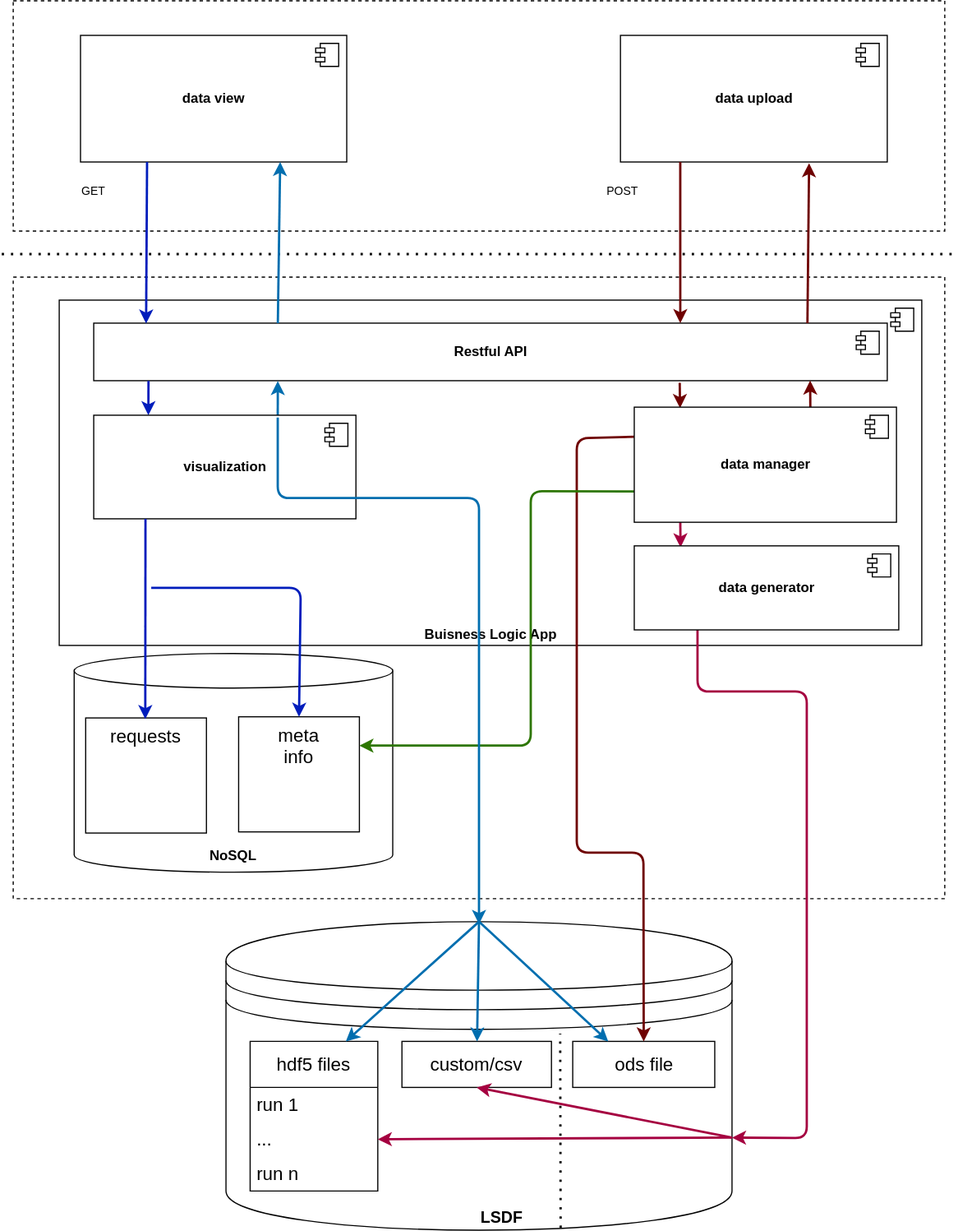
The draw.io diagram doc/assas_backend_components.svg in ke4920/assas_data, before a commit. Source tidied: cells renumbered, new cells last; positions are measured from the earlier drawing's top-left corner, leaving out a move shared by most shapes. Source of this version:
```xml
<mxGraphModel>
  <root>
    <mxCell id="0" />
    <mxCell id="1" parent="0" />
    <mxCell id="2" value="&lt;blockquote style=&quot;margin: 0px 0px 0px 40px; border: none; padding: 0px; font-size: 14px;&quot;&gt;LSDF&lt;/blockquote&gt;" style="shape=datastore;whiteSpace=wrap;html=1;fontStyle=1;align=center;fontSize=14;verticalAlign=bottom;" parent="1" vertex="1">
      <mxGeometry x="195" y="800" width="440" height="268" as="geometry" />
    </mxCell>
    <mxCell id="3" style="endArrow=none;dashed=1;html=1;dashPattern=1 3;strokeWidth=2;" parent="1" edge="1">
      <mxGeometry relative="1" as="geometry">
        <mxPoint y="220" as="sourcePoint" />
        <mxPoint x="830" y="220" as="targetPoint" />
      </mxGeometry>
    </mxCell>
    <mxCell id="4" value="ods file" style="rounded=0;whiteSpace=wrap;html=1;fontSize=16;" parent="1" vertex="1">
      <mxGeometry x="496.5" y="904" width="123.5" height="40" as="geometry" />
    </mxCell>
    <mxCell id="5" value="hdf5 files" style="swimlane;fontStyle=0;horizontal=1;startSize=40;whiteSpace=wrap;html=1;fontSize=16;" parent="1" vertex="1">
      <mxGeometry x="216" y="904" width="111" height="130" as="geometry" />
    </mxCell>
    <mxCell id="6" value="run 1" style="text;strokeColor=none;fillColor=none;align=left;verticalAlign=middle;spacingLeft=4;spacingRight=4;overflow=hidden;whiteSpace=wrap;html=1;fontSize=16;" parent="5" vertex="1">
      <mxGeometry y="40" width="111" height="30" as="geometry" />
    </mxCell>
    <mxCell id="7" value="..." style="text;strokeColor=none;fillColor=none;align=left;verticalAlign=middle;spacingLeft=4;spacingRight=4;overflow=hidden;points=[[0,0.5],[1,0.5]];portConstraint=eastwest;whiteSpace=wrap;html=1;fontSize=16;" parent="5" vertex="1">
      <mxGeometry y="70" width="111" height="30" as="geometry" />
    </mxCell>
    <mxCell id="8" value="run n" style="text;strokeColor=none;fillColor=none;align=left;verticalAlign=middle;spacingLeft=4;spacingRight=4;overflow=hidden;whiteSpace=wrap;html=1;fontSize=16;" parent="5" vertex="1">
      <mxGeometry y="100" width="111" height="30" as="geometry" />
    </mxCell>
    <mxCell id="9" value="custom/csv" style="rounded=0;whiteSpace=wrap;html=1;fontSize=16;" parent="1" vertex="1">
      <mxGeometry x="348" y="904" width="130" height="40" as="geometry" />
    </mxCell>
    <mxCell id="10" style="rounded=0;whiteSpace=wrap;html=1;dashed=1;fillColor=none;" parent="1" vertex="1">
      <mxGeometry x="10" width="810" height="200" as="geometry" />
    </mxCell>
    <mxCell id="11" style="rounded=0;whiteSpace=wrap;html=1;dashed=1;fillColor=none;" parent="1" vertex="1">
      <mxGeometry x="10" y="240" width="810" height="540" as="geometry" />
    </mxCell>
    <mxCell id="12" value="data view" style="html=1;fontStyle=1;" parent="1" vertex="1">
      <mxGeometry x="68.5" y="30" width="231.5" height="110" as="geometry" />
    </mxCell>
    <mxCell id="13" style="shape=module;jettyWidth=8;jettyHeight=4;" parent="12" vertex="1">
      <mxGeometry x="1" width="20" height="20" relative="1" as="geometry">
        <mxPoint x="-27" y="7" as="offset" />
      </mxGeometry>
    </mxCell>
    <mxCell id="14" value="data upload" style="html=1;fontStyle=1;" parent="1" vertex="1">
      <mxGeometry x="538" y="30" width="232" height="110" as="geometry" />
    </mxCell>
    <mxCell id="15" style="shape=module;jettyWidth=8;jettyHeight=4;" parent="14" vertex="1">
      <mxGeometry x="1" width="20" height="20" relative="1" as="geometry">
        <mxPoint x="-27" y="7" as="offset" />
      </mxGeometry>
    </mxCell>
    <mxCell id="16" value="&lt;p style=&quot;margin:0px;margin-top:6px;text-align:center;&quot;&gt;&lt;b&gt;Visualization&lt;/b&gt;&lt;/p&gt;&lt;hr&gt;&lt;p style=&quot;margin:0px;margin-left:8px;&quot;&gt;+ Attribute1: Type&lt;br&gt;+ Attribute2: Type&lt;/p&gt;" style="align=left;overflow=fill;html=1;" parent="1" vertex="1">
      <mxGeometry x="90" y="400" width="230" height="120" as="geometry" />
    </mxCell>
    <mxCell id="17" style="shape=component;jettyWidth=8;jettyHeight=4;" parent="16" vertex="1">
      <mxGeometry x="1" width="20" height="20" relative="1" as="geometry">
        <mxPoint x="-24" y="4" as="offset" />
      </mxGeometry>
    </mxCell>
    <mxCell id="18" value="Buisness Logic App" style="html=1;fontStyle=1;verticalAlign=bottom;" parent="1" vertex="1">
      <mxGeometry x="50" y="260" width="750" height="300" as="geometry" />
    </mxCell>
    <mxCell id="19" style="shape=module;jettyWidth=8;jettyHeight=4;" parent="18" vertex="1">
      <mxGeometry x="1" width="20" height="20" relative="1" as="geometry">
        <mxPoint x="-27" y="7" as="offset" />
      </mxGeometry>
    </mxCell>
    <mxCell id="20" value="Restful API" style="html=1;fontStyle=1;" parent="1" vertex="1">
      <mxGeometry x="80" y="280" width="690" height="50" as="geometry" />
    </mxCell>
    <mxCell id="21" style="shape=module;jettyWidth=8;jettyHeight=4;" parent="20" vertex="1">
      <mxGeometry x="1" width="20" height="20" relative="1" as="geometry">
        <mxPoint x="-27" y="7" as="offset" />
      </mxGeometry>
    </mxCell>
    <mxCell id="22" value="NoSQL" style="shape=cylinder3;whiteSpace=wrap;html=1;boundedLbl=1;backgroundOutline=1;size=15;fontStyle=1;align=center;verticalAlign=bottom;" parent="1" vertex="1">
      <mxGeometry x="63" y="567" width="277" height="190" as="geometry" />
    </mxCell>
    <mxCell id="23" value="requests" style="rounded=0;whiteSpace=wrap;html=1;fontSize=16;verticalAlign=top;" parent="1" vertex="1">
      <mxGeometry x="73" y="623" width="105" height="100" as="geometry" />
    </mxCell>
    <mxCell id="24" value="meta &lt;br&gt;info" style="rounded=0;whiteSpace=wrap;html=1;fontSize=16;verticalAlign=top;" parent="1" vertex="1">
      <mxGeometry x="206" y="622" width="105" height="100" as="geometry" />
    </mxCell>
    <mxCell id="25" style="endArrow=classic;html=1;exitX=0.25;exitY=1;exitDx=0;exitDy=0;entryX=0.066;entryY=0.007;entryDx=0;entryDy=0;entryPerimeter=0;strokeWidth=2;fillColor=#0050ef;strokeColor=#001DBC;" parent="1" edge="1" source="12" target="20">
      <mxGeometry relative="1" as="geometry" />
    </mxCell>
    <mxCell id="26" style="endArrow=classic;html=1;exitX=0.232;exitY=0;exitDx=0;exitDy=0;exitPerimeter=0;entryX=0.75;entryY=1;entryDx=0;entryDy=0;strokeWidth=2;fillColor=#1ba1e2;strokeColor=#006EAF;" parent="1" edge="1" source="20" target="12">
      <mxGeometry relative="1" as="geometry" />
    </mxCell>
    <mxCell id="27" style="endArrow=classic;html=1;exitX=0.069;exitY=1.003;exitDx=0;exitDy=0;strokeWidth=2;entryX=0.25;entryY=0;entryDx=0;entryDy=0;exitPerimeter=0;fillColor=#0050ef;strokeColor=#001DBC;" parent="1" edge="1" source="20">
      <mxGeometry relative="1" as="geometry">
        <mxPoint x="127.5" y="360" as="targetPoint" />
      </mxGeometry>
    </mxCell>
    <mxCell id="28" style="endArrow=classic;html=1;strokeWidth=2;entryX=0.232;entryY=1.006;entryDx=0;entryDy=0;entryPerimeter=0;fillColor=#1ba1e2;strokeColor=#006EAF;" parent="1" edge="1" target="20">
      <mxGeometry relative="1" as="geometry">
        <mxPoint x="240" y="360" as="sourcePoint" />
      </mxGeometry>
    </mxCell>
    <mxCell id="29" value="&lt;font style=&quot;font-size: 10px;&quot;&gt;GET&lt;/font&gt;" style="text;html=1;strokeColor=none;fillColor=none;align=center;verticalAlign=middle;whiteSpace=wrap;rounded=0;dashed=1;" parent="1" vertex="1">
      <mxGeometry x="50" y="150" width="60" height="30" as="geometry" />
    </mxCell>
    <mxCell id="30" style="endArrow=classic;html=1;exitX=0.232;exitY=0;exitDx=0;exitDy=0;exitPerimeter=0;entryX=0.707;entryY=1.009;entryDx=0;entryDy=0;strokeWidth=2;entryPerimeter=0;fillColor=#a20025;strokeColor=#6F0000;" parent="1" edge="1" target="14">
      <mxGeometry relative="1" as="geometry">
        <mxPoint x="700.6" y="280" as="sourcePoint" />
      </mxGeometry>
    </mxCell>
    <mxCell id="31" style="endArrow=classic;html=1;entryX=0.066;entryY=0.007;entryDx=0;entryDy=0;entryPerimeter=0;strokeWidth=2;fillColor=#a20025;strokeColor=#6F0000;" parent="1" edge="1">
      <mxGeometry relative="1" as="geometry">
        <mxPoint x="590" y="140" as="sourcePoint" />
        <mxPoint x="590" y="280" as="targetPoint" />
      </mxGeometry>
    </mxCell>
    <mxCell id="32" value="&lt;font style=&quot;font-size: 10px;&quot;&gt;POST&lt;/font&gt;" style="text;html=1;strokeColor=none;fillColor=none;align=center;verticalAlign=middle;whiteSpace=wrap;rounded=0;dashed=1;" parent="1" vertex="1">
      <mxGeometry x="510" y="150" width="60" height="30" as="geometry" />
    </mxCell>
    <mxCell id="33" style="endArrow=classic;html=1;entryX=0.5;entryY=0;entryDx=0;entryDy=0;fillColor=#0050ef;strokeColor=#001DBC;strokeWidth=2;" parent="1" edge="1" target="24">
      <mxGeometry relative="1" as="geometry">
        <mxPoint x="130" y="510" as="sourcePoint" />
        <Array as="points">
          <mxPoint x="260" y="510" />
        </Array>
      </mxGeometry>
    </mxCell>
    <mxCell id="34" style="endArrow=none;dashed=1;html=1;dashPattern=1 3;strokeWidth=2;entryX=0.64;entryY=0.378;entryDx=0;entryDy=0;entryPerimeter=0;" parent="1" edge="1">
      <mxGeometry relative="1" as="geometry">
        <mxPoint x="486" y="1066" as="sourcePoint" />
        <mxPoint x="485.6" y="897.3" as="targetPoint" />
      </mxGeometry>
    </mxCell>
    <mxCell id="35" style="endArrow=classic;html=1;exitX=0.5;exitY=0;exitDx=0;exitDy=0;entryX=0.75;entryY=0;entryDx=0;entryDy=0;fillColor=#1ba1e2;strokeColor=#006EAF;strokeWidth=2;" parent="1" edge="1" source="2" target="5">
      <mxGeometry relative="1" as="geometry" />
    </mxCell>
    <mxCell id="36" style="endArrow=classic;html=1;exitX=0.5;exitY=0;exitDx=0;exitDy=0;fillColor=#1ba1e2;strokeColor=#006EAF;strokeWidth=2;" parent="1" edge="1" source="2" target="9">
      <mxGeometry relative="1" as="geometry" />
    </mxCell>
    <mxCell id="37" style="endArrow=classic;html=1;exitX=0.5;exitY=0;exitDx=0;exitDy=0;entryX=0.25;entryY=0;entryDx=0;entryDy=0;fillColor=#1ba1e2;strokeColor=#006EAF;strokeWidth=2;" parent="1" edge="1" source="2" target="4">
      <mxGeometry relative="1" as="geometry" />
    </mxCell>
    <mxCell id="38" style="endArrow=classic;html=1;exitX=0.066;exitY=1.037;exitDx=0;exitDy=0;strokeWidth=2;exitPerimeter=0;entryX=0.181;entryY=-0.013;entryDx=0;entryDy=0;entryPerimeter=0;fillColor=#a20025;strokeColor=#6F0000;" parent="1" edge="1">
      <mxGeometry relative="1" as="geometry">
        <mxPoint x="589.5" y="331.8" as="sourcePoint" />
        <mxPoint x="589.8" y="353.8" as="targetPoint" />
      </mxGeometry>
    </mxCell>
    <mxCell id="39" style="endArrow=classic;html=1;strokeWidth=2;entryX=0.226;entryY=0.997;entryDx=0;entryDy=0;entryPerimeter=0;exitX=0.696;exitY=-0.008;exitDx=0;exitDy=0;exitPerimeter=0;fillColor=#a20025;strokeColor=#6F0000;" parent="1" edge="1">
      <mxGeometry relative="1" as="geometry">
        <mxPoint x="703.1" y="354.2" as="sourcePoint" />
        <mxPoint x="702.9" y="329.8" as="targetPoint" />
      </mxGeometry>
    </mxCell>
    <mxCell id="40" style="endArrow=classic;html=1;exitX=0;exitY=0.25;exitDx=0;exitDy=0;fillColor=#a20025;strokeColor=#6F0000;strokeWidth=2;" parent="1" edge="1" target="4">
      <mxGeometry relative="1" as="geometry">
        <mxPoint x="550" y="378.8" as="sourcePoint" />
        <Array as="points">
          <mxPoint x="500" y="380" />
          <mxPoint x="500" y="740" />
          <mxPoint x="558" y="740" />
        </Array>
      </mxGeometry>
    </mxCell>
    <mxCell id="41" style="endArrow=classic;html=1;exitX=0.25;exitY=1;exitDx=0;exitDy=0;entryX=1;entryY=0.7;entryDx=0;entryDy=0;fillColor=#d80073;strokeColor=#A50040;strokeWidth=2;" parent="1" edge="1" target="2">
      <mxGeometry relative="1" as="geometry">
        <mxPoint x="605" y="538" as="sourcePoint" />
        <Array as="points">
          <mxPoint x="605" y="600" />
          <mxPoint x="700" y="600" />
          <mxPoint x="700" y="988" />
        </Array>
      </mxGeometry>
    </mxCell>
    <mxCell id="42" style="endArrow=classic;html=1;exitX=1;exitY=0.7;exitDx=0;exitDy=0;entryX=1;entryY=0.5;entryDx=0;entryDy=0;fillColor=#d80073;strokeColor=#A50040;strokeWidth=2;" parent="1" edge="1" source="2" target="7">
      <mxGeometry relative="1" as="geometry" />
    </mxCell>
    <mxCell id="43" style="endArrow=classic;html=1;exitX=1;exitY=0.7;exitDx=0;exitDy=0;entryX=0.5;entryY=1;entryDx=0;entryDy=0;fillColor=#d80073;strokeColor=#A50040;strokeWidth=2;" parent="1" edge="1" source="2" target="9">
      <mxGeometry relative="1" as="geometry" />
    </mxCell>
    <mxCell id="44" value="visualization" style="html=1;fontStyle=1;" parent="1" vertex="1">
      <mxGeometry x="80" y="360" width="228" height="90" as="geometry" />
    </mxCell>
    <mxCell id="45" style="shape=module;jettyWidth=8;jettyHeight=4;" parent="44" vertex="1">
      <mxGeometry x="1" width="20" height="20" relative="1" as="geometry">
        <mxPoint x="-27" y="7" as="offset" />
      </mxGeometry>
    </mxCell>
    <mxCell id="46" style="endArrow=classic;html=1;exitX=0.25;exitY=1;exitDx=0;exitDy=0;entryX=0.175;entryY=0.018;entryDx=0;entryDy=0;fillColor=#d80073;strokeColor=#A50040;strokeWidth=2;entryPerimeter=0;" parent="1" edge="1" target="52">
      <mxGeometry relative="1" as="geometry">
        <mxPoint x="590" y="450" as="sourcePoint" />
      </mxGeometry>
    </mxCell>
    <mxCell id="47" style="endArrow=classic;html=1;exitX=0;exitY=0.75;exitDx=0;exitDy=0;entryX=1;entryY=0.25;entryDx=0;entryDy=0;fillColor=#60a917;strokeColor=#2D7600;strokeWidth=2;" parent="1" edge="1" target="24">
      <mxGeometry relative="1" as="geometry">
        <mxPoint x="550" y="426.2" as="sourcePoint" />
        <Array as="points">
          <mxPoint x="460" y="426" />
          <mxPoint x="460" y="647" />
        </Array>
      </mxGeometry>
    </mxCell>
    <mxCell id="48" style="endArrow=classic;html=1;entryX=0.5;entryY=0;entryDx=0;entryDy=0;fillColor=#1ba1e2;strokeColor=#006EAF;strokeWidth=2;" parent="1" edge="1">
      <mxGeometry relative="1" as="geometry">
        <mxPoint x="240" y="362" as="sourcePoint" />
        <mxPoint x="415" y="802" as="targetPoint" />
        <Array as="points">
          <mxPoint x="240" y="432" />
          <mxPoint x="415" y="432" />
        </Array>
      </mxGeometry>
    </mxCell>
    <mxCell id="49" style="endArrow=classic;html=1;fillColor=#0050ef;strokeColor=#001DBC;strokeWidth=2;" parent="1" edge="1">
      <mxGeometry relative="1" as="geometry">
        <mxPoint x="125" y="450" as="sourcePoint" />
        <mxPoint x="124.8" y="624" as="targetPoint" />
      </mxGeometry>
    </mxCell>
    <mxCell id="50" value="data manager" style="html=1;fontStyle=1;" parent="1" vertex="1">
      <mxGeometry x="550" y="353" width="228" height="100" as="geometry" />
    </mxCell>
    <mxCell id="51" style="shape=module;jettyWidth=8;jettyHeight=4;" parent="50" vertex="1">
      <mxGeometry x="1" width="20" height="20" relative="1" as="geometry">
        <mxPoint x="-27" y="7" as="offset" />
      </mxGeometry>
    </mxCell>
    <mxCell id="52" value="data generator" style="html=1;fontStyle=1;" parent="1" vertex="1">
      <mxGeometry x="550" y="473.5" width="230" height="73" as="geometry" />
    </mxCell>
    <mxCell id="53" style="shape=module;jettyWidth=8;jettyHeight=4;" parent="52" vertex="1">
      <mxGeometry x="1" width="20" height="20" relative="1" as="geometry">
        <mxPoint x="-27" y="7" as="offset" />
      </mxGeometry>
    </mxCell>
  </root>
</mxGraphModel>
```
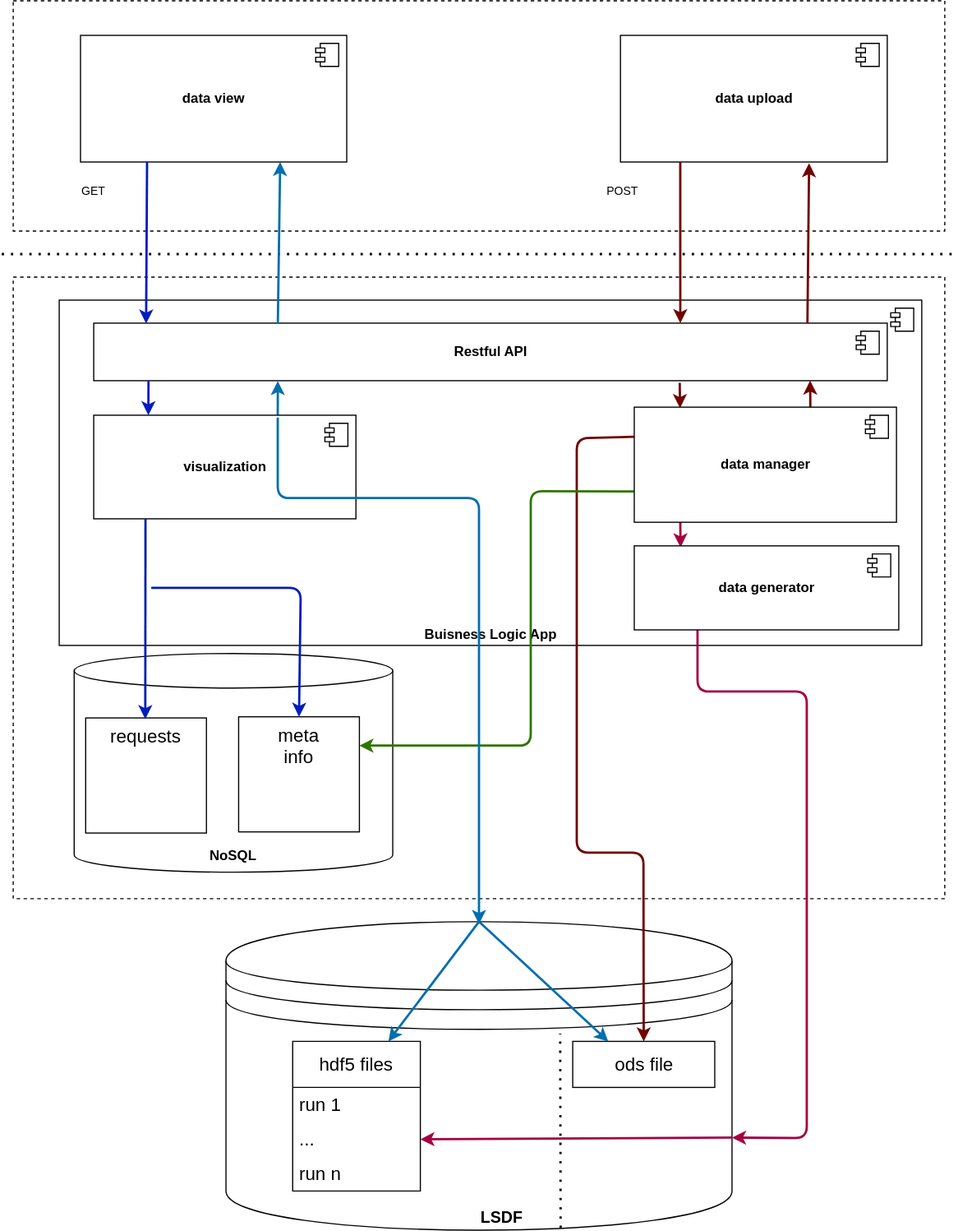
The same diagram one commit later.

The edit, as a diff of the source:
```diff
@@ -15,7 +15,7 @@
       <mxGeometry x="496.5" y="904" width="123.5" height="40" as="geometry" />
     </mxCell>
     <mxCell id="5" value="hdf5 files" style="swimlane;fontStyle=0;horizontal=1;startSize=40;whiteSpace=wrap;html=1;fontSize=16;" parent="1" vertex="1">
-      <mxGeometry x="216" y="904" width="111" height="130" as="geometry" />
+      <mxGeometry x="253" y="904" width="111" height="130" as="geometry" />
     </mxCell>
     <mxCell id="6" value="run 1" style="text;strokeColor=none;fillColor=none;align=left;verticalAlign=middle;spacingLeft=4;spacingRight=4;overflow=hidden;whiteSpace=wrap;html=1;fontSize=16;" parent="5" vertex="1">
       <mxGeometry y="40" width="111" height="30" as="geometry" />
@@ -26,9 +26,6 @@
     <mxCell id="8" value="run n" style="text;strokeColor=none;fillColor=none;align=left;verticalAlign=middle;spacingLeft=4;spacingRight=4;overflow=hidden;whiteSpace=wrap;html=1;fontSize=16;" parent="5" vertex="1">
       <mxGeometry y="100" width="111" height="30" as="geometry" />
     </mxCell>
-    <mxCell id="9" value="custom/csv" style="rounded=0;whiteSpace=wrap;html=1;fontSize=16;" parent="1" vertex="1">
-      <mxGeometry x="348" y="904" width="130" height="40" as="geometry" />
-    </mxCell>
     <mxCell id="10" style="rounded=0;whiteSpace=wrap;html=1;dashed=1;fillColor=none;" parent="1" vertex="1">
       <mxGeometry x="10" width="810" height="200" as="geometry" />
     </mxCell>
@@ -134,9 +131,6 @@
     <mxCell id="35" style="endArrow=classic;html=1;exitX=0.5;exitY=0;exitDx=0;exitDy=0;entryX=0.75;entryY=0;entryDx=0;entryDy=0;fillColor=#1ba1e2;strokeColor=#006EAF;strokeWidth=2;" parent="1" edge="1" source="2" target="5">
       <mxGeometry relative="1" as="geometry" />
     </mxCell>
-    <mxCell id="36" style="endArrow=classic;html=1;exitX=0.5;exitY=0;exitDx=0;exitDy=0;fillColor=#1ba1e2;strokeColor=#006EAF;strokeWidth=2;" parent="1" edge="1" source="2" target="9">
-      <mxGeometry relative="1" as="geometry" />
-    </mxCell>
     <mxCell id="37" style="endArrow=classic;html=1;exitX=0.5;exitY=0;exitDx=0;exitDy=0;entryX=0.25;entryY=0;entryDx=0;entryDy=0;fillColor=#1ba1e2;strokeColor=#006EAF;strokeWidth=2;" parent="1" edge="1" source="2" target="4">
       <mxGeometry relative="1" as="geometry" />
     </mxCell>
@@ -175,9 +169,6 @@
     <mxCell id="42" style="endArrow=classic;html=1;exitX=1;exitY=0.7;exitDx=0;exitDy=0;entryX=1;entryY=0.5;entryDx=0;entryDy=0;fillColor=#d80073;strokeColor=#A50040;strokeWidth=2;" parent="1" edge="1" source="2" target="7">
       <mxGeometry relative="1" as="geometry" />
     </mxCell>
-    <mxCell id="43" style="endArrow=classic;html=1;exitX=1;exitY=0.7;exitDx=0;exitDy=0;entryX=0.5;entryY=1;entryDx=0;entryDy=0;fillColor=#d80073;strokeColor=#A50040;strokeWidth=2;" parent="1" edge="1" source="2" target="9">
-      <mxGeometry relative="1" as="geometry" />
-    </mxCell>
     <mxCell id="44" value="visualization" style="html=1;fontStyle=1;" parent="1" vertex="1">
       <mxGeometry x="80" y="360" width="228" height="90" as="geometry" />
     </mxCell>
```
